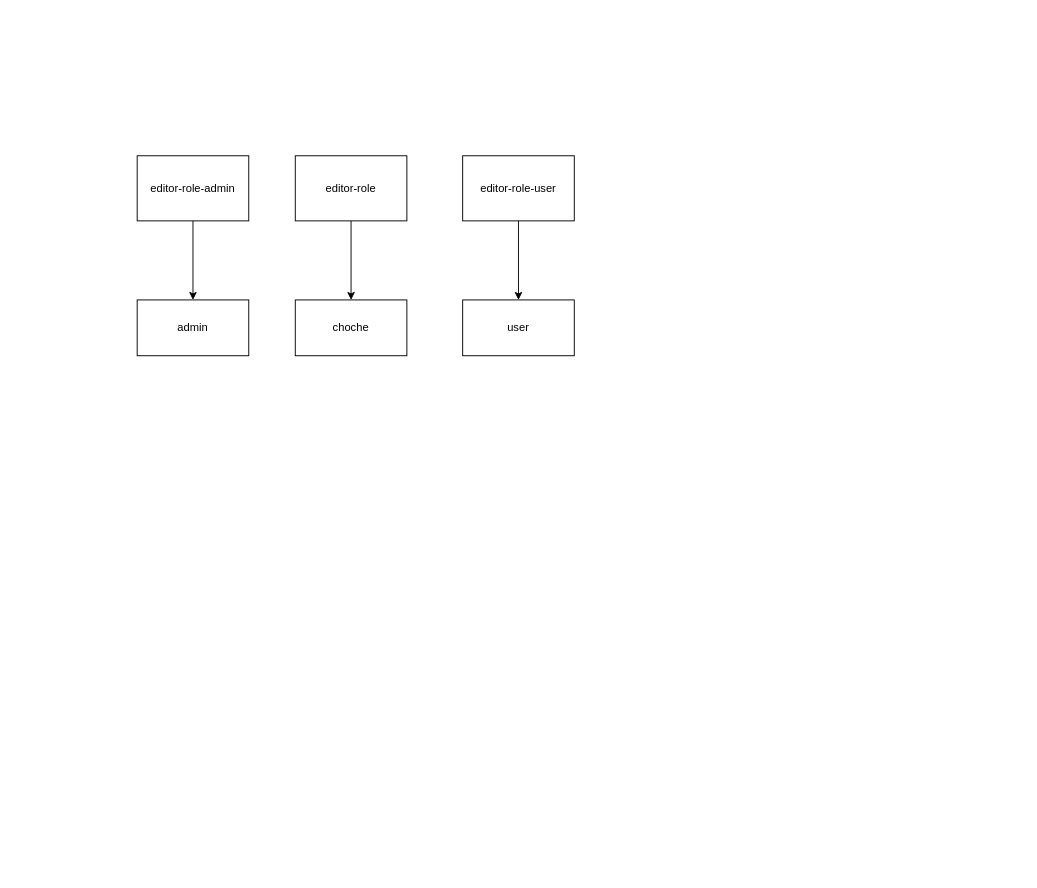
Above: src/login.drawio in TAAL-Company/TAAL-Planner (draw.io), before the change. Source tidied: cells renumbered, new cells numbered last; positions are measured from the earlier drawing's top-left corner, leaving out a move shared by most shapes. Both pictures are drawn from the tidied source at 93%, with x=0, y=0 at pixel (137, 155).
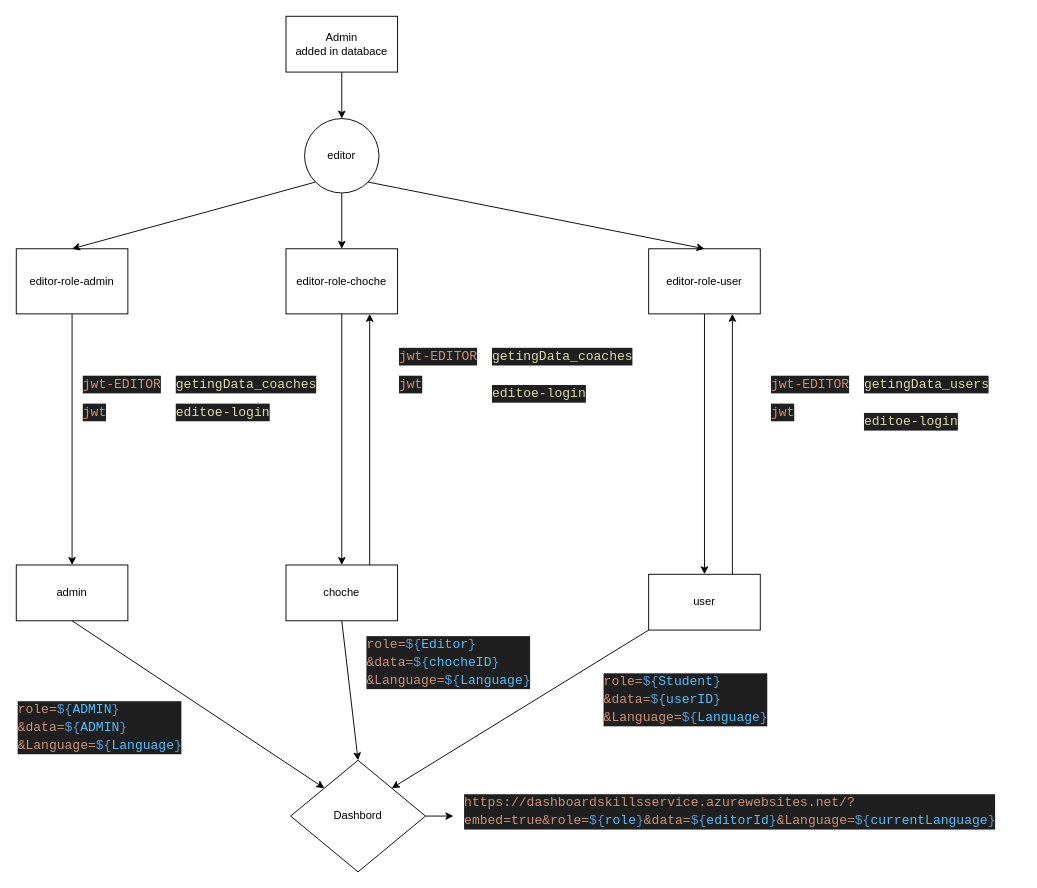
The same diagram, later.

The edit, as a diff of the source:
```diff
@@
-    <mxCell id="2" style="edgeStyle=none;html=1;" parent="1" edge="1" source="3" target="10">
+    <mxCell id="2" style="edgeStyle=none;html=1;entryX=0.5;entryY=0;entryDx=0;entryDy=0;entryPerimeter=0;" parent="1" edge="1" source="3" target="10">
       <mxGeometry relative="1" as="geometry" />
     </mxCell>
     <mxCell id="3" value="editor-role-admin" style="whiteSpace=wrap;html=1;" parent="1" vertex="1">
-      <mxGeometry width="120" height="70" as="geometry" />
+      <mxGeometry x="-130" y="100" width="120" height="70" as="geometry" />
     </mxCell>
@@
-    <mxCell id="5" value="editor-role" style="whiteSpace=wrap;html=1;" parent="1" vertex="1">
-      <mxGeometry x="170" width="120" height="70" as="geometry" />
+    <mxCell id="5" value="editor-role-choche" style="whiteSpace=wrap;html=1;" parent="1" vertex="1">
+      <mxGeometry x="160" y="100" width="120" height="70" as="geometry" />
     </mxCell>
@@
     <mxCell id="7" value="editor-role-user" style="whiteSpace=wrap;html=1;" parent="1" vertex="1">
-      <mxGeometry x="350" width="120" height="70" as="geometry" />
+      <mxGeometry x="550" y="100" width="120" height="70" as="geometry" />
     </mxCell>
+    <mxCell id="11" style="edgeStyle=none;html=1;exitX=0.75;exitY=0;exitDx=0;exitDy=0;entryX=0.75;entryY=1;entryDx=0;entryDy=0;" parent="1" edge="1" source="8" target="5">
+      <mxGeometry relative="1" as="geometry" />
+    </mxCell>
+    <mxCell id="12" style="edgeStyle=none;html=1;exitX=0.5;exitY=1;exitDx=0;exitDy=0;entryX=0.5;entryY=0;entryDx=0;entryDy=0;" parent="1" edge="1" source="8" target="27">
+      <mxGeometry relative="1" as="geometry" />
+    </mxCell>
     <mxCell id="8" value="choche" style="whiteSpace=wrap;html=1;" parent="1" vertex="1">
-      <mxGeometry x="170" y="155" width="120" height="60" as="geometry" />
+      <mxGeometry x="160" y="440" width="120" height="60" as="geometry" />
     </mxCell>
+    <mxCell id="13" style="edgeStyle=none;html=1;exitX=0.75;exitY=0;exitDx=0;exitDy=0;entryX=0.75;entryY=1;entryDx=0;entryDy=0;" parent="1" edge="1" source="9" target="7">
+      <mxGeometry relative="1" as="geometry" />
+    </mxCell>
+    <mxCell id="14" style="edgeStyle=none;html=1;exitX=0;exitY=1;exitDx=0;exitDy=0;entryX=1;entryY=0;entryDx=0;entryDy=0;" parent="1" edge="1" source="9" target="27">
+      <mxGeometry relative="1" as="geometry" />
+    </mxCell>
     <mxCell id="9" value="user" style="whiteSpace=wrap;html=1;" parent="1" vertex="1">
-      <mxGeometry x="350" y="155" width="120" height="60" as="geometry" />
+      <mxGeometry x="550" y="450" width="120" height="60" as="geometry" />
     </mxCell>
+    <mxCell id="15" style="edgeStyle=none;html=1;exitX=0.5;exitY=1;exitDx=0;exitDy=0;entryX=0;entryY=0;entryDx=0;entryDy=0;" parent="1" edge="1" source="10" target="27">
+      <mxGeometry relative="1" as="geometry" />
+    </mxCell>
     <mxCell id="10" value="admin" style="whiteSpace=wrap;html=1;" parent="1" vertex="1">
-      <mxGeometry y="155" width="120" height="60" as="geometry" />
+      <mxGeometry x="-130" y="440" width="120" height="60" as="geometry" />
     </mxCell>
+    <mxCell id="16" style="edgeStyle=none;html=1;exitX=0.5;exitY=1;exitDx=0;exitDy=0;entryX=0.5;entryY=0;entryDx=0;entryDy=0;" parent="1" edge="1" source="17" target="21">
+      <mxGeometry relative="1" as="geometry" />
+    </mxCell>
+    <mxCell id="17" value="Admin&lt;br&gt;added in databace" style="whiteSpace=wrap;html=1;" parent="1" vertex="1">
+      <mxGeometry x="160" y="-150" width="120" height="60" as="geometry" />
+    </mxCell>
+    <mxCell id="18" style="edgeStyle=none;html=1;exitX=0;exitY=1;exitDx=0;exitDy=0;entryX=0.5;entryY=0;entryDx=0;entryDy=0;" parent="1" edge="1" source="21" target="3">
+      <mxGeometry relative="1" as="geometry" />
+    </mxCell>
+    <mxCell id="19" style="edgeStyle=none;html=1;exitX=0.5;exitY=1;exitDx=0;exitDy=0;entryX=0.5;entryY=0;entryDx=0;entryDy=0;" parent="1" edge="1" source="21" target="5">
+      <mxGeometry relative="1" as="geometry" />
+    </mxCell>
+    <mxCell id="20" style="edgeStyle=none;html=1;exitX=1;exitY=1;exitDx=0;exitDy=0;entryX=0.5;entryY=0;entryDx=0;entryDy=0;" parent="1" edge="1" source="21" target="7">
+      <mxGeometry relative="1" as="geometry" />
+    </mxCell>
+    <mxCell id="21" value="editor" style="ellipse;whiteSpace=wrap;html=1;" parent="1" vertex="1">
+      <mxGeometry x="180" y="-40" width="80" height="80" as="geometry" />
+    </mxCell>
+    <mxCell id="22" value="&lt;div style=&quot;color: rgb(204, 204, 204); background-color: rgb(31, 31, 31); font-family: Consolas, &amp;quot;Courier New&amp;quot;, monospace; font-weight: normal; font-size: 14px; line-height: 19px;&quot;&gt;&lt;div&gt;&lt;span style=&quot;color: #ce9178;&quot;&gt;jwt-EDITOR&lt;/span&gt;&lt;/div&gt;&lt;/div&gt;" style="text;whiteSpace=wrap;html=1;" parent="1" vertex="1">
+      <mxGeometry x="280" y="200" width="100" height="30" as="geometry" />
+    </mxCell>
+    <mxCell id="23" value="&lt;div style=&quot;color: rgb(204, 204, 204); background-color: rgb(31, 31, 31); font-family: Consolas, &amp;quot;Courier New&amp;quot;, monospace; font-weight: normal; font-size: 14px; line-height: 19px;&quot;&gt;&lt;div&gt;&lt;span style=&quot;color: #ce9178;&quot;&gt;jwt&lt;/span&gt;&lt;/div&gt;&lt;/div&gt;" style="text;whiteSpace=wrap;html=1;" parent="1" vertex="1">
+      <mxGeometry x="280" y="230" width="60" height="40" as="geometry" />
+    </mxCell>
+    <mxCell id="24" value="&lt;div style=&quot;color: rgb(204, 204, 204); background-color: rgb(31, 31, 31); font-family: Consolas, &amp;quot;Courier New&amp;quot;, monospace; font-weight: normal; font-size: 14px; line-height: 19px;&quot;&gt;&lt;div&gt;&lt;span style=&quot;color: #dcdcaa;&quot;&gt;getingData_coaches&lt;/span&gt;&lt;/div&gt;&lt;/div&gt;" style="text;whiteSpace=wrap;html=1;" parent="1" vertex="1">
+      <mxGeometry x="380" y="200" width="170" height="40" as="geometry" />
+    </mxCell>
+    <mxCell id="25" value="&lt;div style=&quot;color: rgb(204, 204, 204); background-color: rgb(31, 31, 31); font-family: Consolas, &amp;quot;Courier New&amp;quot;, monospace; font-weight: normal; font-size: 14px; line-height: 19px;&quot;&gt;&lt;div&gt;&lt;span style=&quot;color: #ce9178;&quot;&gt;https://dashboardskillsservice.azurewebsites.net/?embed=true&amp;amp;role=&lt;/span&gt;&lt;span style=&quot;color: #569cd6;&quot;&gt;${&lt;/span&gt;&lt;span style=&quot;color: #4fc1ff;&quot;&gt;role&lt;/span&gt;&lt;span style=&quot;color: #569cd6;&quot;&gt;}&lt;/span&gt;&lt;span style=&quot;color: #ce9178;&quot;&gt;&amp;amp;data=&lt;/span&gt;&lt;span style=&quot;color: #569cd6;&quot;&gt;${&lt;/span&gt;&lt;span style=&quot;color: #4fc1ff;&quot;&gt;editorId&lt;/span&gt;&lt;span style=&quot;color: #569cd6;&quot;&gt;}&lt;/span&gt;&lt;span style=&quot;color: #ce9178;&quot;&gt;&amp;amp;Language=&lt;/span&gt;&lt;span style=&quot;color: #569cd6;&quot;&gt;${&lt;/span&gt;&lt;span style=&quot;color: #4fc1ff;&quot;&gt;currentLanguage&lt;/span&gt;&lt;span style=&quot;color: #569cd6;&quot;&gt;}&lt;/span&gt;&lt;/div&gt;&lt;/div&gt;" style="text;whiteSpace=wrap;html=1;" parent="1" vertex="1">
+      <mxGeometry x="350" y="680" width="540" height="50" as="geometry" />
+    </mxCell>
+    <mxCell id="26" style="edgeStyle=none;html=1;exitX=1;exitY=0.5;exitDx=0;exitDy=0;" parent="1" edge="1" source="27">
+      <mxGeometry relative="1" as="geometry">
+        <mxPoint x="340" y="710" as="targetPoint" />
+      </mxGeometry>
+    </mxCell>
+    <mxCell id="27" value="Dashbord" style="rhombus;whiteSpace=wrap;html=1;" parent="1" vertex="1">
+      <mxGeometry x="165" y="650" width="145" height="120" as="geometry" />
+    </mxCell>
+    <mxCell id="28" value="&lt;div style=&quot;color: rgb(204, 204, 204); background-color: rgb(31, 31, 31); font-family: Consolas, &amp;quot;Courier New&amp;quot;, monospace; font-weight: normal; font-size: 14px; line-height: 19px;&quot;&gt;&lt;div&gt;&lt;span style=&quot;color: #ce9178;&quot;&gt;jwt-EDITOR&lt;/span&gt;&lt;/div&gt;&lt;/div&gt;" style="text;whiteSpace=wrap;html=1;" parent="1" vertex="1">
+      <mxGeometry x="680" y="230" width="100" height="30" as="geometry" />
+    </mxCell>
+    <mxCell id="29" value="&lt;div style=&quot;color: rgb(204, 204, 204); background-color: rgb(31, 31, 31); font-family: Consolas, &amp;quot;Courier New&amp;quot;, monospace; font-weight: normal; font-size: 14px; line-height: 19px;&quot;&gt;&lt;div&gt;&lt;span style=&quot;color: #ce9178;&quot;&gt;jwt&lt;/span&gt;&lt;/div&gt;&lt;/div&gt;" style="text;whiteSpace=wrap;html=1;" parent="1" vertex="1">
+      <mxGeometry x="680" y="260" width="60" height="40" as="geometry" />
+    </mxCell>
+    <mxCell id="30" value="&lt;div style=&quot;color: rgb(204, 204, 204); background-color: rgb(31, 31, 31); font-family: Consolas, &amp;quot;Courier New&amp;quot;, monospace; font-weight: normal; font-size: 14px; line-height: 19px;&quot;&gt;&lt;div&gt;&lt;span style=&quot;color: #dcdcaa;&quot;&gt;getingData_users&lt;/span&gt;&lt;/div&gt;&lt;/div&gt;" style="text;whiteSpace=wrap;html=1;" parent="1" vertex="1">
+      <mxGeometry x="780" y="230" width="170" height="40" as="geometry" />
+    </mxCell>
+    <mxCell id="31" value="&lt;div style=&quot;color: rgb(204, 204, 204); background-color: rgb(31, 31, 31); font-family: Consolas, &amp;quot;Courier New&amp;quot;, monospace; font-weight: normal; font-size: 14px; line-height: 19px;&quot;&gt;&lt;div&gt;&lt;span style=&quot;color: #ce9178;&quot;&gt;role=&lt;/span&gt;&lt;span style=&quot;color: #569cd6;&quot;&gt;${&lt;/span&gt;&lt;span style=&quot;color: #4fc1ff;&quot;&gt;Student&lt;/span&gt;&lt;span style=&quot;color: #569cd6;&quot;&gt;}&lt;/span&gt;&lt;/div&gt;&lt;div&gt;&lt;span style=&quot;color: #ce9178;&quot;&gt;&amp;amp;data=&lt;/span&gt;&lt;span style=&quot;color: #569cd6;&quot;&gt;${&lt;/span&gt;&lt;span style=&quot;color: #4fc1ff;&quot;&gt;userID&lt;/span&gt;&lt;span style=&quot;color: #569cd6;&quot;&gt;}&lt;/span&gt;&lt;/div&gt;&lt;div&gt;&lt;span style=&quot;color: #ce9178;&quot;&gt;&amp;amp;Language=&lt;/span&gt;&lt;span style=&quot;color: #569cd6;&quot;&gt;${&lt;/span&gt;&lt;span style=&quot;color: #4fc1ff;&quot;&gt;Language&lt;/span&gt;&lt;span style=&quot;color: #569cd6;&quot;&gt;}&lt;/span&gt;&lt;/div&gt;&lt;/div&gt;" style="text;whiteSpace=wrap;html=1;" parent="1" vertex="1">
+      <mxGeometry x="500" y="550" width="170" height="70" as="geometry" />
+    </mxCell>
+    <mxCell id="32" value="&lt;div style=&quot;background-color: rgb(31, 31, 31); font-family: Consolas, &amp;quot;Courier New&amp;quot;, monospace; font-weight: normal; font-size: 14px; line-height: 19px;&quot;&gt;&lt;div style=&quot;&quot;&gt;&lt;span style=&quot;color: rgb(206, 145, 120);&quot;&gt;role=&lt;/span&gt;&lt;span style=&quot;color: rgb(86, 156, 214);&quot;&gt;${&lt;/span&gt;&lt;font color=&quot;#4fc1ff&quot;&gt;Editor&lt;/font&gt;&lt;span style=&quot;color: rgb(86, 156, 214);&quot;&gt;}&lt;/span&gt;&lt;/div&gt;&lt;div style=&quot;color: rgb(204, 204, 204);&quot;&gt;&lt;span style=&quot;color: #ce9178;&quot;&gt;&amp;amp;data=&lt;/span&gt;&lt;span style=&quot;color: #569cd6;&quot;&gt;${&lt;/span&gt;&lt;span style=&quot;color: #4fc1ff;&quot;&gt;chocheID&lt;/span&gt;&lt;span style=&quot;color: #569cd6;&quot;&gt;}&lt;/span&gt;&lt;/div&gt;&lt;div style=&quot;color: rgb(204, 204, 204);&quot;&gt;&lt;span style=&quot;color: #ce9178;&quot;&gt;&amp;amp;Language=&lt;/span&gt;&lt;span style=&quot;color: #569cd6;&quot;&gt;${&lt;/span&gt;&lt;span style=&quot;color: #4fc1ff;&quot;&gt;Language&lt;/span&gt;&lt;span style=&quot;color: #569cd6;&quot;&gt;}&lt;/span&gt;&lt;/div&gt;&lt;/div&gt;" style="text;whiteSpace=wrap;html=1;" parent="1" vertex="1">
+      <mxGeometry x="245" y="510" width="170" height="70" as="geometry" />
+    </mxCell>
+    <mxCell id="33" value="&lt;div style=&quot;background-color: rgb(31, 31, 31); font-family: Consolas, &amp;quot;Courier New&amp;quot;, monospace; font-weight: normal; font-size: 14px; line-height: 19px;&quot;&gt;&lt;div style=&quot;&quot;&gt;&lt;span style=&quot;color: rgb(206, 145, 120);&quot;&gt;role=&lt;/span&gt;&lt;span style=&quot;color: rgb(86, 156, 214);&quot;&gt;${&lt;/span&gt;&lt;font color=&quot;#4fc1ff&quot;&gt;ADMIN&lt;/font&gt;&lt;span style=&quot;color: rgb(86, 156, 214);&quot;&gt;}&lt;/span&gt;&lt;/div&gt;&lt;div style=&quot;color: rgb(204, 204, 204);&quot;&gt;&lt;span style=&quot;color: #ce9178;&quot;&gt;&amp;amp;data=&lt;/span&gt;&lt;span style=&quot;color: #569cd6;&quot;&gt;${&lt;/span&gt;&lt;span style=&quot;color: rgb(79, 193, 255);&quot;&gt;ADMIN&lt;/span&gt;&lt;span style=&quot;color: rgb(86, 156, 214);&quot;&gt;}&lt;/span&gt;&lt;/div&gt;&lt;div style=&quot;color: rgb(204, 204, 204);&quot;&gt;&lt;span style=&quot;color: #ce9178;&quot;&gt;&amp;amp;Language=&lt;/span&gt;&lt;span style=&quot;color: #569cd6;&quot;&gt;${&lt;/span&gt;&lt;span style=&quot;color: #4fc1ff;&quot;&gt;Language&lt;/span&gt;&lt;span style=&quot;color: #569cd6;&quot;&gt;}&lt;/span&gt;&lt;/div&gt;&lt;/div&gt;" style="text;whiteSpace=wrap;html=1;" parent="1" vertex="1">
+      <mxGeometry x="-130" y="580" width="170" height="70" as="geometry" />
+    </mxCell>
+    <mxCell id="34" value="&lt;div style=&quot;color: rgb(204, 204, 204); background-color: rgb(31, 31, 31); font-family: Consolas, &amp;quot;Courier New&amp;quot;, monospace; font-weight: normal; font-size: 14px; line-height: 19px;&quot;&gt;&lt;div&gt;&lt;span style=&quot;color: #ce9178;&quot;&gt;jwt-EDITOR&lt;/span&gt;&lt;/div&gt;&lt;/div&gt;" style="text;whiteSpace=wrap;html=1;" parent="1" vertex="1">
+      <mxGeometry x="-60" y="230" width="100" height="30" as="geometry" />
+    </mxCell>
+    <mxCell id="35" value="&lt;div style=&quot;color: rgb(204, 204, 204); background-color: rgb(31, 31, 31); font-family: Consolas, &amp;quot;Courier New&amp;quot;, monospace; font-weight: normal; font-size: 14px; line-height: 19px;&quot;&gt;&lt;div&gt;&lt;span style=&quot;color: #ce9178;&quot;&gt;jwt&lt;/span&gt;&lt;/div&gt;&lt;/div&gt;" style="text;whiteSpace=wrap;html=1;" parent="1" vertex="1">
+      <mxGeometry x="-60" y="260" width="60" height="40" as="geometry" />
+    </mxCell>
+    <mxCell id="36" value="&lt;div style=&quot;color: rgb(204, 204, 204); background-color: rgb(31, 31, 31); font-family: Consolas, &amp;quot;Courier New&amp;quot;, monospace; font-weight: normal; font-size: 14px; line-height: 19px;&quot;&gt;&lt;div&gt;&lt;span style=&quot;color: #dcdcaa;&quot;&gt;getingData_coaches&lt;/span&gt;&lt;/div&gt;&lt;/div&gt;" style="text;whiteSpace=wrap;html=1;" parent="1" vertex="1">
+      <mxGeometry x="40" y="230" width="170" height="40" as="geometry" />
+    </mxCell>
+    <mxCell id="37" value="&lt;div style=&quot;background-color: rgb(31, 31, 31); font-family: Consolas, &amp;quot;Courier New&amp;quot;, monospace; font-weight: normal; font-size: 14px; line-height: 19px;&quot;&gt;&lt;font color=&quot;#dcdcaa&quot;&gt;editoe-login&lt;/font&gt;&lt;/div&gt;" style="text;whiteSpace=wrap;html=1;" parent="1" vertex="1">
+      <mxGeometry x="40" y="260" width="120" height="40" as="geometry" />
+    </mxCell>
+    <mxCell id="38" value="&lt;div style=&quot;background-color: rgb(31, 31, 31); font-family: Consolas, &amp;quot;Courier New&amp;quot;, monospace; font-weight: normal; font-size: 14px; line-height: 19px;&quot;&gt;&lt;font color=&quot;#dcdcaa&quot;&gt;editoe-login&lt;/font&gt;&lt;/div&gt;" style="text;whiteSpace=wrap;html=1;" parent="1" vertex="1">
+      <mxGeometry x="380" y="240" width="120" height="40" as="geometry" />
+    </mxCell>
+    <mxCell id="39" value="&lt;div style=&quot;background-color: rgb(31, 31, 31); font-family: Consolas, &amp;quot;Courier New&amp;quot;, monospace; font-weight: normal; font-size: 14px; line-height: 19px;&quot;&gt;&lt;font color=&quot;#dcdcaa&quot;&gt;editoe-login&lt;/font&gt;&lt;/div&gt;" style="text;whiteSpace=wrap;html=1;" parent="1" vertex="1">
+      <mxGeometry x="780" y="270" width="120" height="40" as="geometry" />
+    </mxCell>
```
